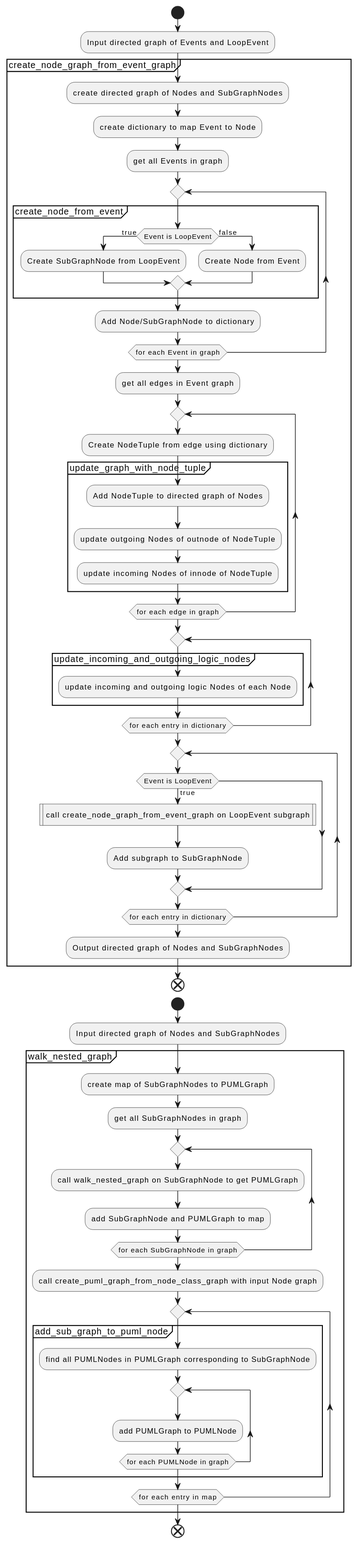
This is docs/development/design/2-DN-Nested_walking_puml_graphs/Algorithm_Overview.svg from xtuml/otel2puml, a PlantUML export, as it was before one commit.
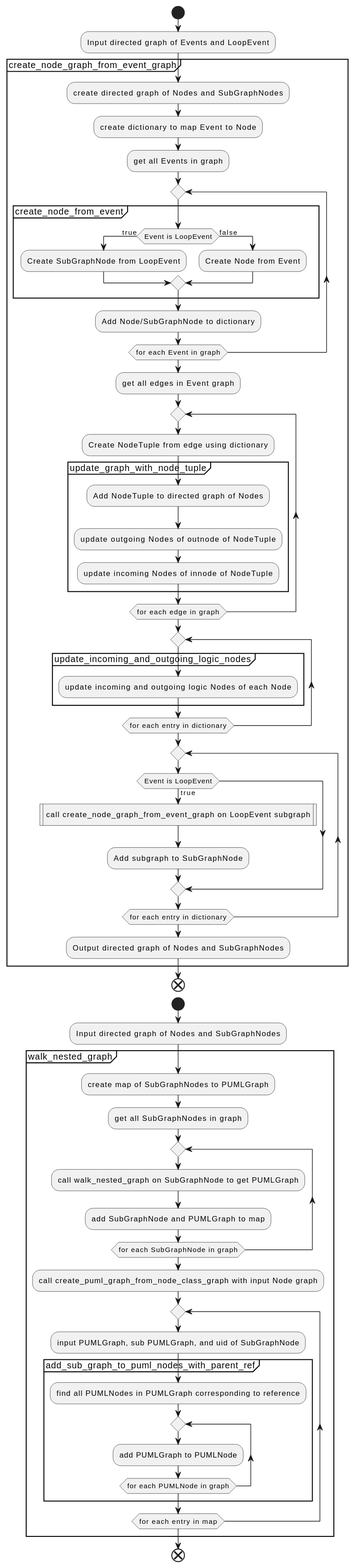
The same file after the commit.

Commit message:
Cdstp 93 function to add sub graph to a puml node (#80)

The edit, as a diff of the source:
```diff
@@ -49,8 +49,9 @@
         repeat while (for each SubGraphNode in graph)
         :call create_puml_graph_from_node_class_graph with input Node graph;
         repeat
-            partition "add_sub_graph_to_puml_node" {
-                :find all PUMLNodes in PUMLGraph corresponding to SubGraphNode;
+            :input PUMLGraph, sub PUMLGraph, and uid of SubGraphNode;
+            partition "add_sub_graph_to_puml_nodes_with_parent_ref" {
+                :find all PUMLNodes in PUMLGraph corresponding to reference;
                 repeat
                     :add PUMLGraph to PUMLNode;
                 repeat while (for each PUMLNode in graph)
```
